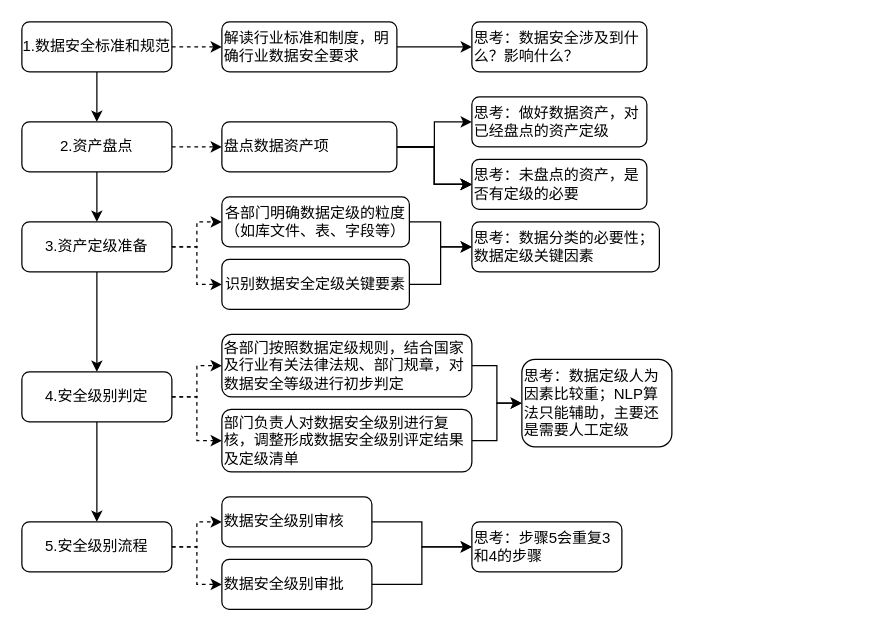
This is share/数据安全分级分类.drawio from mythwind/BigData, a draw.io file, before an edit. Source tidied: cells renumbered, new cells numbered last; positions are measured from the earlier drawing's top-left corner, leaving out a move shared by most shapes. Both pictures are drawn from the tidied source at 125%, with x=0, y=0 at pixel (21, 21).
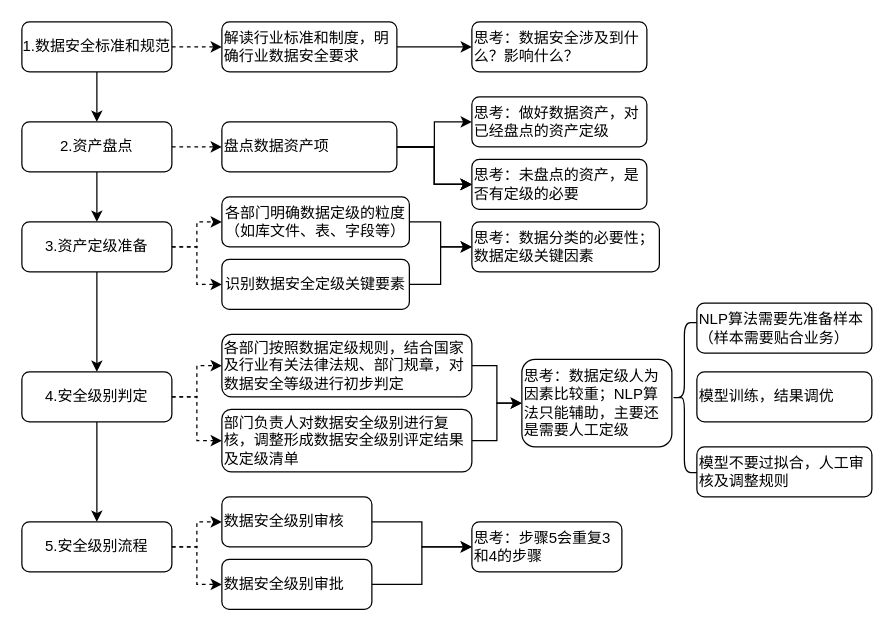
The same page after the edit.

Commit message (it also covers changes not shown here):
更新数据安全分级分类.drawio

The edit, as a diff of the source:
```diff
@@
+    <mxCell id="45" value="NLP算法需要先准备样本（样本需要贴合业务）" style="rounded=1;whiteSpace=wrap;html=1;align=left;" parent="1" vertex="1">
+      <mxGeometry x="540" y="225" width="140" height="40" as="geometry" />
+    </mxCell>
+    <mxCell id="46" value="模型训练，结果调优" style="rounded=1;whiteSpace=wrap;html=1;align=left;" parent="1" vertex="1">
+      <mxGeometry x="540" y="280" width="140" height="40" as="geometry" />
+    </mxCell>
+    <mxCell id="47" value="模型不要过拟合，人工审核及调整规则" style="rounded=1;whiteSpace=wrap;html=1;align=left;" parent="1" vertex="1">
+      <mxGeometry x="540" y="340" width="140" height="40" as="geometry" />
+    </mxCell>
+    <mxCell id="48" style="shape=curlyBracket;whiteSpace=wrap;html=1;rounded=1;labelPosition=left;verticalLabelPosition=middle;align=right;verticalAlign=middle;" parent="1" vertex="1">
+      <mxGeometry x="520" y="240.5" width="20" height="120" as="geometry" />
+    </mxCell>
```
